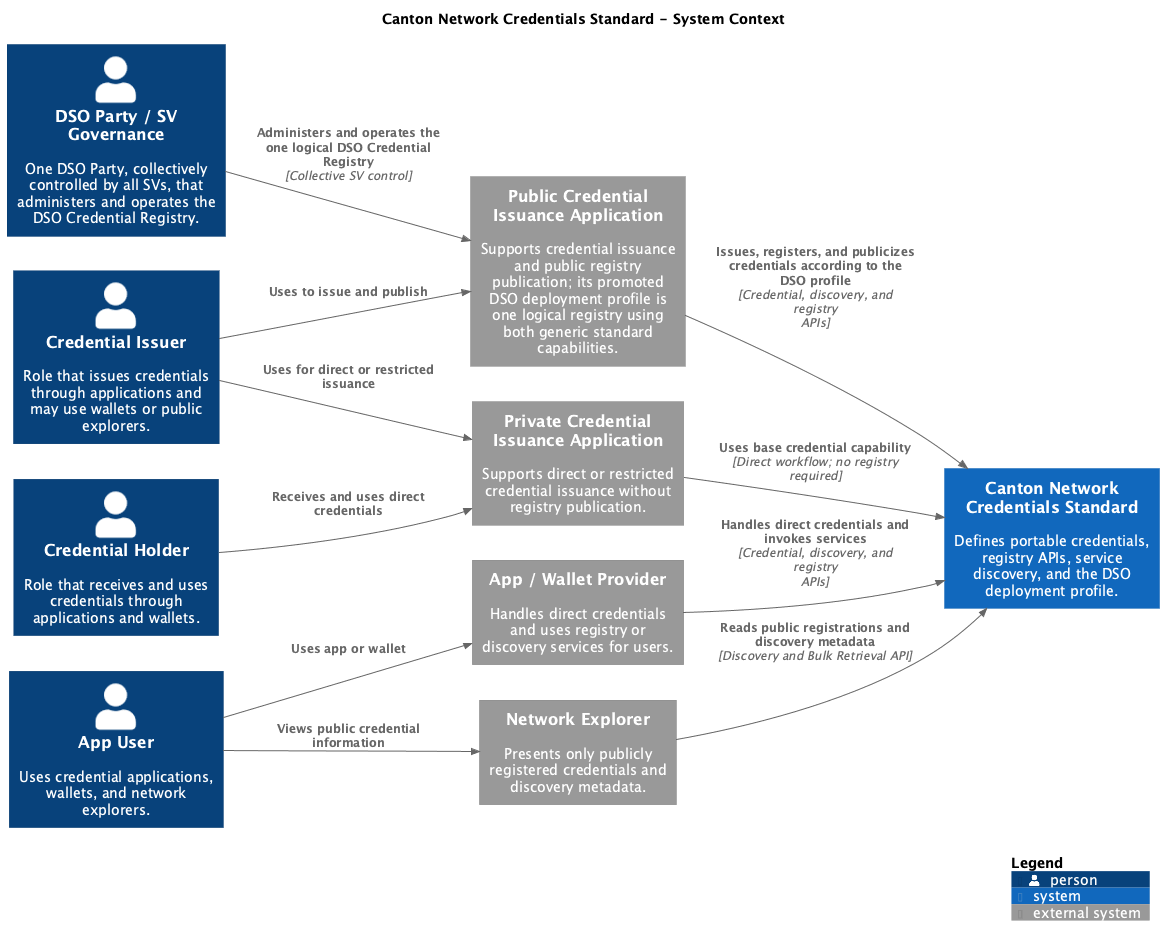
The PlantUML diagram cn-credentials-standard/images/credentials-system-context.png in unlockitio/cips, before a commit.
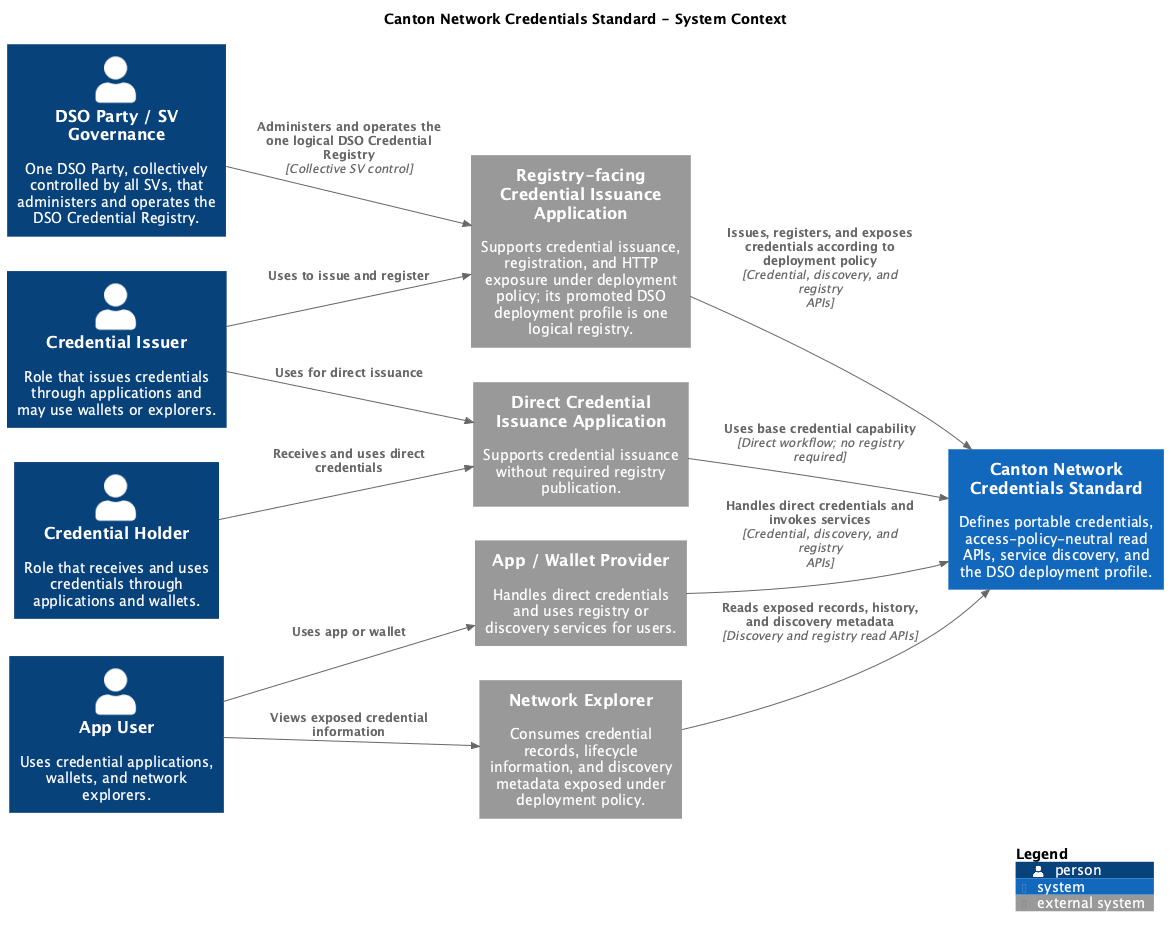
Above is the later version.

The edit, as a diff of the source:
```diff
@@ -4,28 +4,28 @@
 LAYOUT_LEFT_RIGHT()
 title Canton Network Credentials Standard - System Context
 
-Person(issuer, "Credential Issuer", "Role that issues credentials through applications and may use wallets or public explorers.")
+Person(issuer, "Credential Issuer", "Role that issues credentials through applications and may use wallets or explorers.")
 Person(holder, "Credential Holder", "Role that receives and uses credentials through applications and wallets.")
 Person(appUser, "App User", "Uses credential applications, wallets, and network explorers.")
 Person(dsoParty, "DSO Party / SV Governance", "One DSO Party, collectively controlled by all SVs, that administers and operates the DSO Credential Registry.")
 
-System(standard, "Canton Network Credentials Standard", "Defines portable credentials, registry APIs, service discovery, and the DSO deployment profile.")
+System(standard, "Canton Network Credentials Standard", "Defines portable credentials, access-policy-neutral read APIs, service discovery, and the DSO deployment profile.")
 
-System_Ext(privateIssuance, "Private Credential Issuance Application", "Supports direct or restricted credential issuance without registry publication.")
-System_Ext(publicIssuance, "Public Credential Issuance Application", "Supports credential issuance and public registry publication; its promoted DSO deployment profile is one logical registry using both generic standard capabilities.")
+System_Ext(privateIssuance, "Direct Credential Issuance Application", "Supports credential issuance without required registry publication.")
+System_Ext(publicIssuance, "Registry-facing Credential Issuance Application", "Supports credential issuance, registration, and HTTP exposure under deployment policy; its promoted DSO deployment profile is one logical registry.")
 System_Ext(client, "App / Wallet Provider", "Handles direct credentials and uses registry or discovery services for users.")
-System_Ext(explorer, "Network Explorer", "Presents only publicly registered credentials and discovery metadata.")
+System_Ext(explorer, "Network Explorer", "Consumes credential records, lifecycle information, and discovery metadata exposed under deployment policy.")
 
-Rel(issuer, privateIssuance, "Uses for direct or restricted issuance")
-Rel(issuer, publicIssuance, "Uses to issue and publish")
+Rel(issuer, privateIssuance, "Uses for direct issuance")
+Rel(issuer, publicIssuance, "Uses to issue and register")
 Rel(holder, privateIssuance, "Receives and uses direct credentials")
 Rel(appUser, client, "Uses app or wallet")
-Rel(appUser, explorer, "Views public credential information")
+Rel(appUser, explorer, "Views exposed credential information")
 Rel(dsoParty, publicIssuance, "Administers and operates the one logical DSO Credential Registry", "Collective SV control")
 Rel(privateIssuance, standard, "Uses base credential capability", "Direct workflow; no registry required")
-Rel(publicIssuance, standard, "Issues, registers, and publicizes credentials according to the DSO profile", "Credential, discovery, and registry APIs")
+Rel(publicIssuance, standard, "Issues, registers, and exposes credentials according to deployment policy", "Credential, discovery, and registry APIs")
 Rel(client, standard, "Handles direct credentials and invokes services", "Credential, discovery, and registry APIs")
-Rel(explorer, standard, "Reads public registrations and discovery metadata", "Discovery and Bulk Retrieval API")
+Rel(explorer, standard, "Reads exposed records, history, and discovery metadata", "Discovery and registry read APIs")
 
 SHOW_LEGEND()
 @enduml
```
